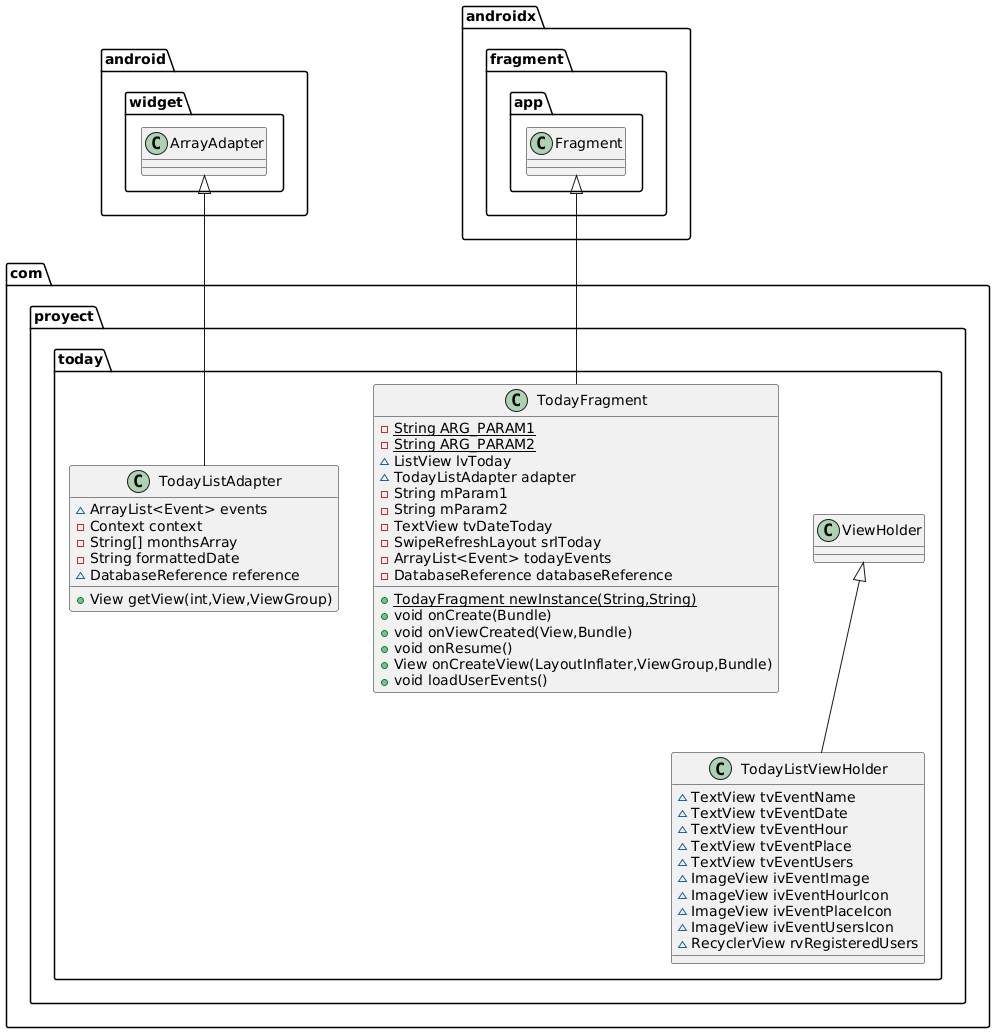
The PlantUML diagram DOCUMENTOS/Diagramas y esquemas/todayUML.png in Diroween/Eventia, before a commit.
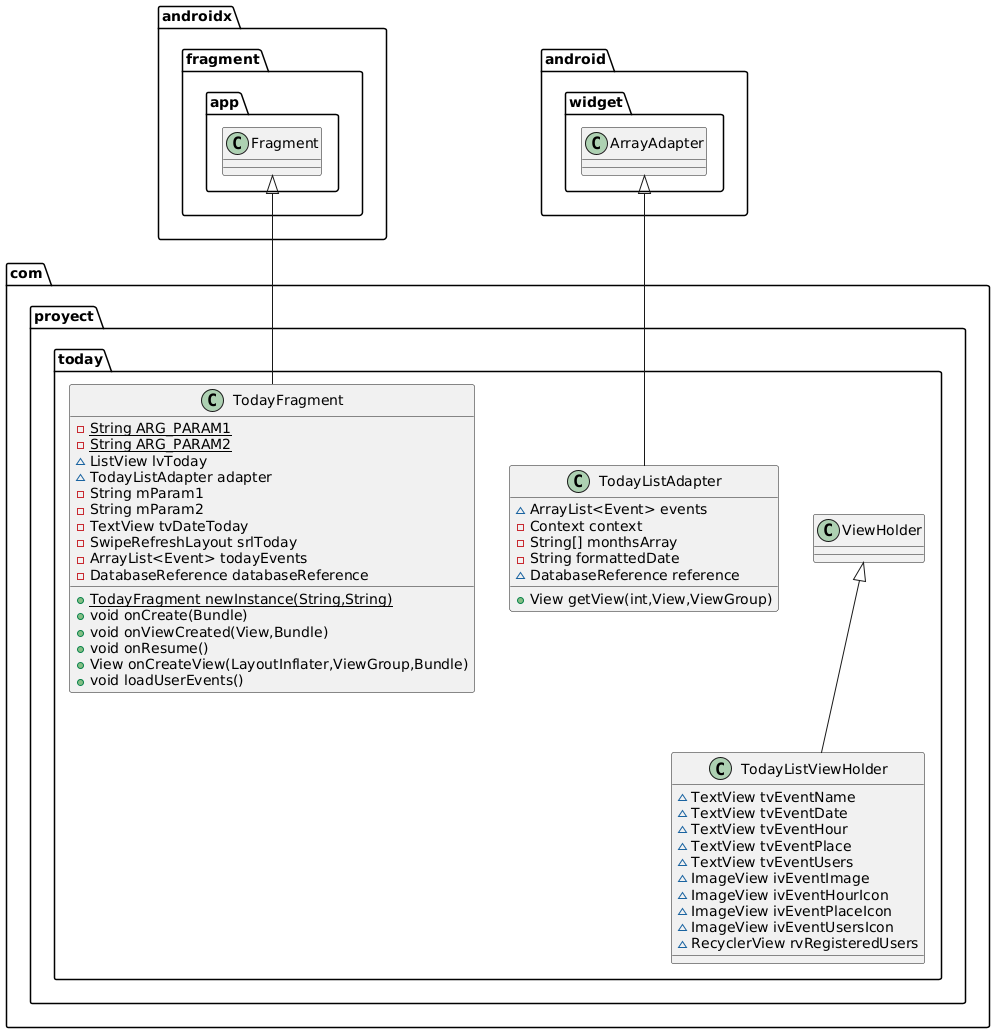
The same diagram one commit later.

What changed in the source:
```diff
@@ -1,14 +1,4 @@
 @startuml
-class com.proyect.today.TodayListAdapter {
-~ ArrayList<Event> events
-- Context context
-- String[] monthsArray
-- String formattedDate
-~ DatabaseReference reference
-+ View getView(int,View,ViewGroup)
-}
-
-
 class com.proyect.today.TodayListViewHolder {
 ~ TextView tvEventName
 ~ TextView tvEventDate
@@ -42,9 +32,19 @@
 }
 
 
+class com.proyect.today.TodayListAdapter {
+~ ArrayList<Event> events
+- Context context
+- String[] monthsArray
+- String formattedDate
+~ DatabaseReference reference
++ View getView(int,View,ViewGroup)
+}
 
 
-android.widget.ArrayAdapter <|-- com.proyect.today.TodayListAdapter
+
+
 com.proyect.today.ViewHolder <|-- com.proyect.today.TodayListViewHolder
 androidx.fragment.app.Fragment <|-- com.proyect.today.TodayFragment
+android.widget.ArrayAdapter <|-- com.proyect.today.TodayListAdapter
 @enduml
```
